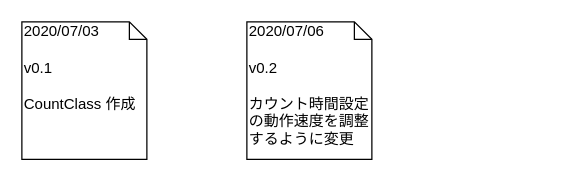
Earlier version of the draw.io diagram page "変更履歴" (6 of 6) of 資料/設計/フローチャート/CountClass/flowchart_CountClass_v0.2.drawio (hakohumi/comp.Kitchen_Timer). Source tidied: cells renumbered, new cells numbered last; positions are measured from the earlier drawing's top-left corner, leaving out a move shared by most shapes. Both pictures are drawn from the tidied source at 125%, with x=0, y=0 at pixel (21, 21).
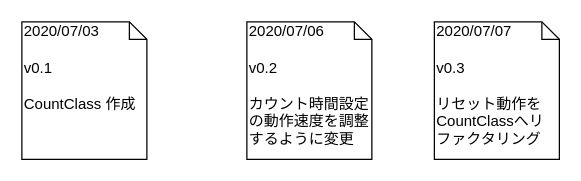
After the change.

The edit, as a diff of the source:
```diff
@@
 <mxGraphModel>
   <root>
     <mxCell id="0" />
     <mxCell id="1" parent="0" />
     <mxCell id="2" value="2020/07/03&lt;br&gt;&lt;br&gt;v0.1&lt;br&gt;&lt;br&gt;CountClass 作成" style="shape=note;whiteSpace=wrap;html=1;size=14;verticalAlign=top;align=left;spacingTop=-6;" parent="1" vertex="1">
       <mxGeometry width="100" height="110" as="geometry" />
     </mxCell>
     <mxCell id="3" value="2020/07/06&lt;br&gt;&lt;br&gt;v0.2&lt;br&gt;&lt;br&gt;カウント時間設定の動作速度を調整するように変更" style="shape=note;whiteSpace=wrap;html=1;size=14;verticalAlign=top;align=left;spacingTop=-6;" parent="1" vertex="1">
       <mxGeometry x="180" width="100" height="110" as="geometry" />
     </mxCell>
+    <mxCell id="4" value="2020/07/07&lt;br&gt;&lt;br&gt;v0.3&lt;br&gt;&lt;br&gt;リセット動作を&lt;br&gt;CountClassへリファクタリング" style="shape=note;whiteSpace=wrap;html=1;size=14;verticalAlign=top;align=left;spacingTop=-6;" parent="1" vertex="1">
+      <mxGeometry x="330" width="100" height="110" as="geometry" />
+    </mxCell>
   </root>
 </mxGraphModel>
```
